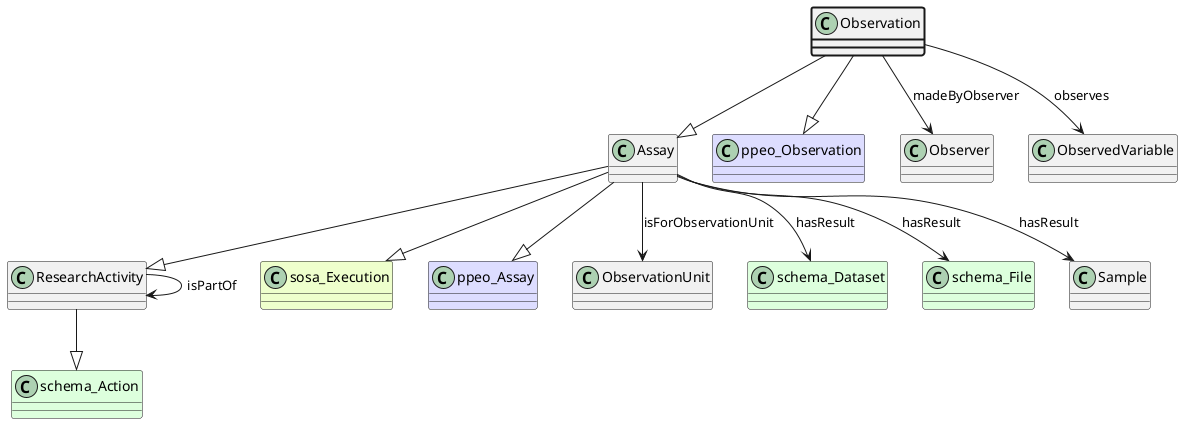
The PlantUML diagram ttl_uml/ttl_appn_Observation.png in aus-plant-phenomics-network/appn-schema, before a commit. Its diagram source:
```plantuml
@startuml
class Observation  #line.bold
class Assay
class ResearchActivity
class schema_Action #DDFFDD
ResearchActivity --|> schema_Action
class ResearchActivity
ResearchActivity --> ResearchActivity : isPartOf
Assay --|> ResearchActivity
class sosa_Execution #EEFFCC
Assay --|> sosa_Execution
class ppeo_Assay #DDDDFF
Assay --|> ppeo_Assay
class ObservationUnit
Assay --> ObservationUnit : isForObservationUnit
class schema_Dataset #DDFFDD
Assay --> schema_Dataset : hasResult
class schema_File #DDFFDD
Assay --> schema_File : hasResult
class Sample
Assay --> Sample : hasResult
Observation --|> Assay
class ppeo_Observation #DDDDFF
Observation --|> ppeo_Observation
class Observer
Observation --> Observer : madeByObserver
class ObservedVariable
Observation --> ObservedVariable : observes
@enduml
```
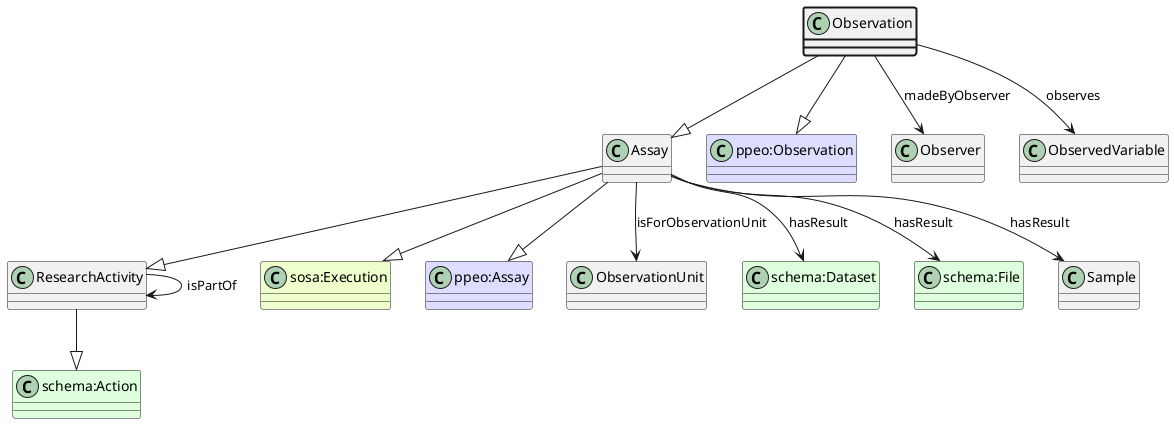
Later version of the same file.

The edit, as a diff of the source:
```diff
@@ -2,26 +2,26 @@
 class Observation  #line.bold
 class Assay
 class ResearchActivity
-class schema_Action #DDFFDD
-ResearchActivity --|> schema_Action
+class "schema:Action" #DDFFDD
+ResearchActivity --|> "schema:Action"
 class ResearchActivity
 ResearchActivity --> ResearchActivity : isPartOf
 Assay --|> ResearchActivity
-class sosa_Execution #EEFFCC
-Assay --|> sosa_Execution
-class ppeo_Assay #DDDDFF
-Assay --|> ppeo_Assay
+class "sosa:Execution" #EEFFCC
+Assay --|> "sosa:Execution"
+class "ppeo:Assay" #DDDDFF
+Assay --|> "ppeo:Assay"
 class ObservationUnit
 Assay --> ObservationUnit : isForObservationUnit
-class schema_Dataset #DDFFDD
-Assay --> schema_Dataset : hasResult
-class schema_File #DDFFDD
-Assay --> schema_File : hasResult
+class "schema:Dataset" #DDFFDD
+Assay --> "schema:Dataset" : hasResult
+class "schema:File" #DDFFDD
+Assay --> "schema:File" : hasResult
 class Sample
 Assay --> Sample : hasResult
 Observation --|> Assay
-class ppeo_Observation #DDDDFF
-Observation --|> ppeo_Observation
+class "ppeo:Observation" #DDDDFF
+Observation --|> "ppeo:Observation"
 class Observer
 Observation --> Observer : madeByObserver
 class ObservedVariable
```
